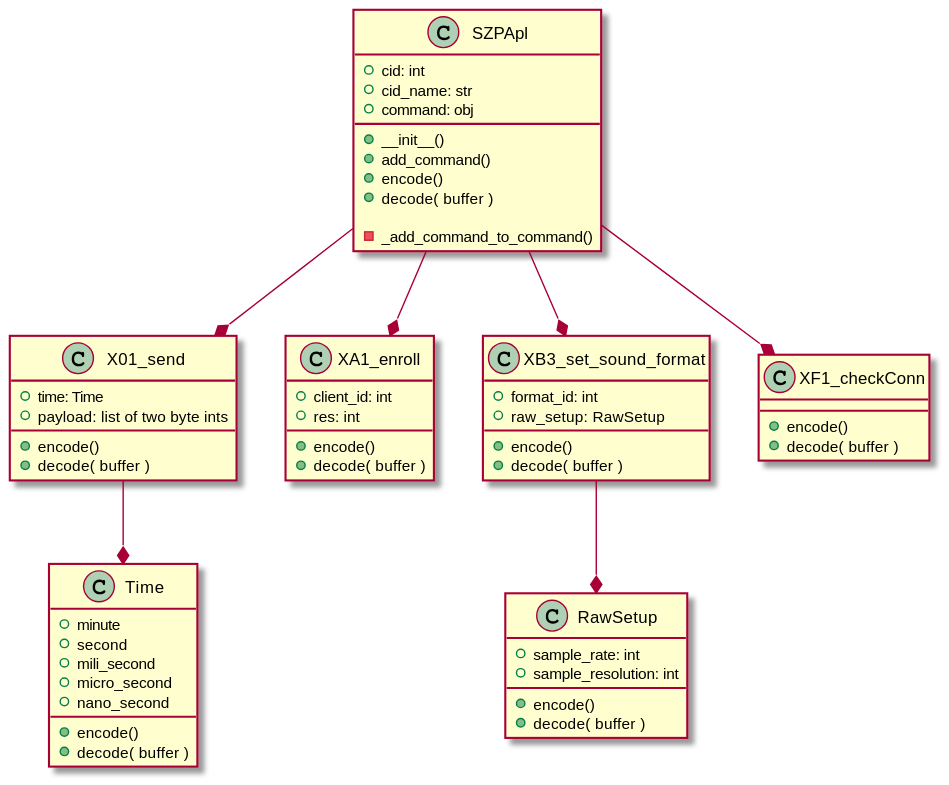
Above: shared_modules/soundzone_protocol/diagrams/class_diagram.svg in NielsDyrberg/Wireless_sound_zones (PlantUML), before the change.
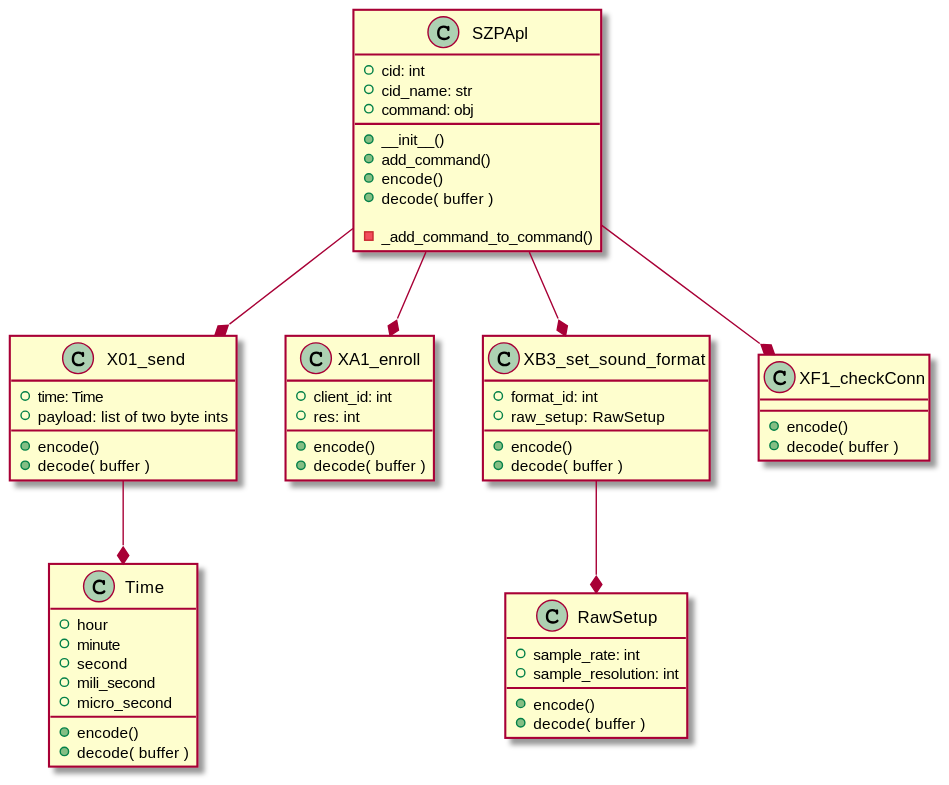
The same file after the commit.

What changed in the source:
```diff
@@ -53,11 +53,11 @@
 }
 
 class Time {
+    + hour
     + minute
     + second
     + mili_second
     + micro_second
-    + nano_second
 
     + encode()
     + decode( buffer )
```
